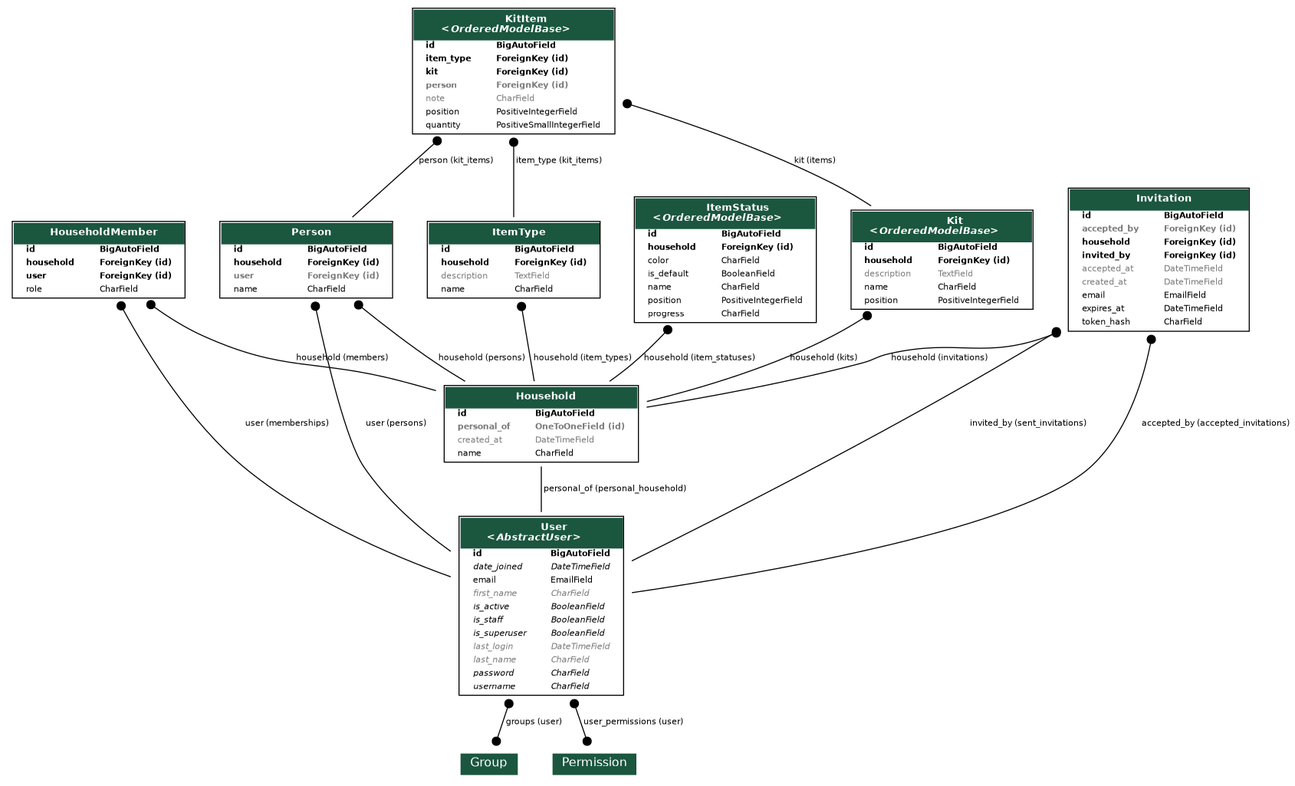
Before: docs/model/schema.png, a diagram exported from Graphviz (AxineTeam/tout-pris-api). Its source is kept beside it as docs/model/schema.dot.
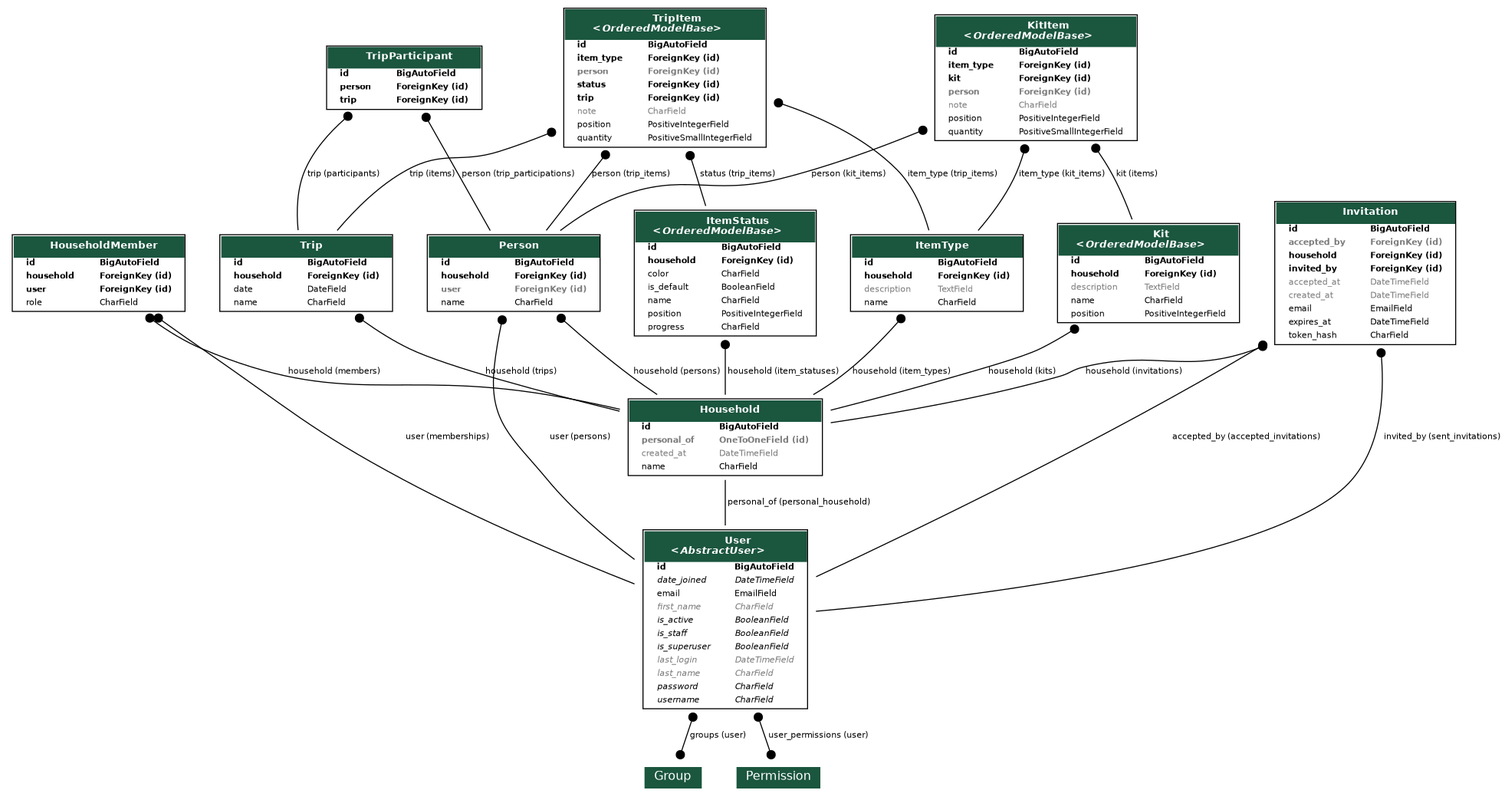
After the commit.

The edit, as a diff of the source:
```diff
@@ -558,6 +558,159 @@
 
 
 
+  trips_models_Trip [label=<
+    <TABLE BGCOLOR="white" BORDER="1" CELLBORDER="0" CELLSPACING="0">
+    <TR><TD COLSPAN="2" CELLPADDING="5" ALIGN="CENTER" BGCOLOR="#1b563f">
+    <FONT FACE="Roboto" COLOR="white" POINT-SIZE="10"><B>
+    Trip
+    </B></FONT></TD></TR>
+
+
+    <TR><TD ALIGN="LEFT" BORDER="0">
+    <FONT FACE="Roboto"><B>id</B></FONT>
+    </TD><TD ALIGN="LEFT">
+    <FONT FACE="Roboto"><B>BigAutoField</B></FONT>
+    </TD></TR>
+
+
+
+    <TR><TD ALIGN="LEFT" BORDER="0">
+    <FONT FACE="Roboto"><B>household</B></FONT>
+    </TD><TD ALIGN="LEFT">
+    <FONT FACE="Roboto"><B>ForeignKey (id)</B></FONT>
+    </TD></TR>
+
+
+
+    <TR><TD ALIGN="LEFT" BORDER="0">
+    <FONT FACE="Roboto">date</FONT>
+    </TD><TD ALIGN="LEFT">
+    <FONT FACE="Roboto">DateField</FONT>
+    </TD></TR>
+
+
+
+    <TR><TD ALIGN="LEFT" BORDER="0">
+    <FONT FACE="Roboto">name</FONT>
+    </TD><TD ALIGN="LEFT">
+    <FONT FACE="Roboto">CharField</FONT>
+    </TD></TR>
+
+
+    </TABLE>
+    >]
+
+  trips_models_TripParticipant [label=<
+    <TABLE BGCOLOR="white" BORDER="1" CELLBORDER="0" CELLSPACING="0">
+    <TR><TD COLSPAN="2" CELLPADDING="5" ALIGN="CENTER" BGCOLOR="#1b563f">
+    <FONT FACE="Roboto" COLOR="white" POINT-SIZE="10"><B>
+    TripParticipant
+    </B></FONT></TD></TR>
+
+
+    <TR><TD ALIGN="LEFT" BORDER="0">
+    <FONT FACE="Roboto"><B>id</B></FONT>
+    </TD><TD ALIGN="LEFT">
+    <FONT FACE="Roboto"><B>BigAutoField</B></FONT>
+    </TD></TR>
+
+
+
+    <TR><TD ALIGN="LEFT" BORDER="0">
+    <FONT FACE="Roboto"><B>person</B></FONT>
+    </TD><TD ALIGN="LEFT">
+    <FONT FACE="Roboto"><B>ForeignKey (id)</B></FONT>
+    </TD></TR>
+
+
+
+    <TR><TD ALIGN="LEFT" BORDER="0">
+    <FONT FACE="Roboto"><B>trip</B></FONT>
+    </TD><TD ALIGN="LEFT">
+    <FONT FACE="Roboto"><B>ForeignKey (id)</B></FONT>
+    </TD></TR>
+
+
+    </TABLE>
+    >]
+
+  trips_models_TripItem [label=<
+    <TABLE BGCOLOR="white" BORDER="1" CELLBORDER="0" CELLSPACING="0">
+    <TR><TD COLSPAN="2" CELLPADDING="5" ALIGN="CENTER" BGCOLOR="#1b563f">
+    <FONT FACE="Roboto" COLOR="white" POINT-SIZE="10"><B>
+    TripItem<BR/>&lt;<FONT FACE="Roboto"><I>OrderedModelBase</I></FONT>&gt;
+    </B></FONT></TD></TR>
+
+
+    <TR><TD ALIGN="LEFT" BORDER="0">
+    <FONT FACE="Roboto"><B>id</B></FONT>
+    </TD><TD ALIGN="LEFT">
+    <FONT FACE="Roboto"><B>BigAutoField</B></FONT>
+    </TD></TR>
+
+
+
+    <TR><TD ALIGN="LEFT" BORDER="0">
+    <FONT FACE="Roboto"><B>item_type</B></FONT>
+    </TD><TD ALIGN="LEFT">
+    <FONT FACE="Roboto"><B>ForeignKey (id)</B></FONT>
+    </TD></TR>
+
+
+
+    <TR><TD ALIGN="LEFT" BORDER="0">
+    <FONT COLOR="#7B7B7B" FACE="Roboto"><B>person</B></FONT>
+    </TD><TD ALIGN="LEFT">
+    <FONT COLOR="#7B7B7B" FACE="Roboto"><B>ForeignKey (id)</B></FONT>
+    </TD></TR>
+
+
+
+    <TR><TD ALIGN="LEFT" BORDER="0">
+    <FONT FACE="Roboto"><B>status</B></FONT>
+    </TD><TD ALIGN="LEFT">
+    <FONT FACE="Roboto"><B>ForeignKey (id)</B></FONT>
+    </TD></TR>
+
+
+
+    <TR><TD ALIGN="LEFT" BORDER="0">
+    <FONT FACE="Roboto"><B>trip</B></FONT>
+    </TD><TD ALIGN="LEFT">
+    <FONT FACE="Roboto"><B>ForeignKey (id)</B></FONT>
+    </TD></TR>
+
+
+
+    <TR><TD ALIGN="LEFT" BORDER="0">
+    <FONT COLOR="#7B7B7B" FACE="Roboto">note</FONT>
+    </TD><TD ALIGN="LEFT">
+    <FONT COLOR="#7B7B7B" FACE="Roboto">CharField</FONT>
+    </TD></TR>
+
+
+
+    <TR><TD ALIGN="LEFT" BORDER="0">
+    <FONT FACE="Roboto">position</FONT>
+    </TD><TD ALIGN="LEFT">
+    <FONT FACE="Roboto">PositiveIntegerField</FONT>
+    </TD></TR>
+
+
+
+    <TR><TD ALIGN="LEFT" BORDER="0">
+    <FONT FACE="Roboto">quantity</FONT>
+    </TD><TD ALIGN="LEFT">
+    <FONT FACE="Roboto">PositiveSmallIntegerField</FONT>
+    </TD></TR>
+
+
+    </TABLE>
+    >]
+
+
+
+
   django_contrib_auth_models_Group [label=<
   <TABLE BGCOLOR="white" BORDER="0" CELLBORDER="0" CELLSPACING="0">
   <TR><TD COLSPAN="2" CELLPADDING="4" ALIGN="CENTER" BGCOLOR="#1b563f">
@@ -622,4 +775,26 @@
   [label=" person (kit_items)"] [arrowhead=none, arrowtail=dot, dir=both];
 
 
+  trips_models_Trip -> households_models_Household
+  [label=" household (trips)"] [arrowhead=none, arrowtail=dot, dir=both];
+
+  trips_models_TripParticipant -> trips_models_Trip
+  [label=" trip (participants)"] [arrowhead=none, arrowtail=dot, dir=both];
+
+  trips_models_TripParticipant -> households_models_Person
+  [label=" person (trip_participations)"] [arrowhead=none, arrowtail=dot, dir=both];
+
+  trips_models_TripItem -> trips_models_Trip
+  [label=" trip (items)"] [arrowhead=none, arrowtail=dot, dir=both];
+
+  trips_models_TripItem -> catalog_models_ItemType
+  [label=" item_type (trip_items)"] [arrowhead=none, arrowtail=dot, dir=both];
+
+  trips_models_TripItem -> households_models_Person
+  [label=" person (trip_items)"] [arrowhead=none, arrowtail=dot, dir=both];
+
+  trips_models_TripItem -> catalog_models_ItemStatus
+  [label=" status (trip_items)"] [arrowhead=none, arrowtail=dot, dir=both];
+
+
 }
```
